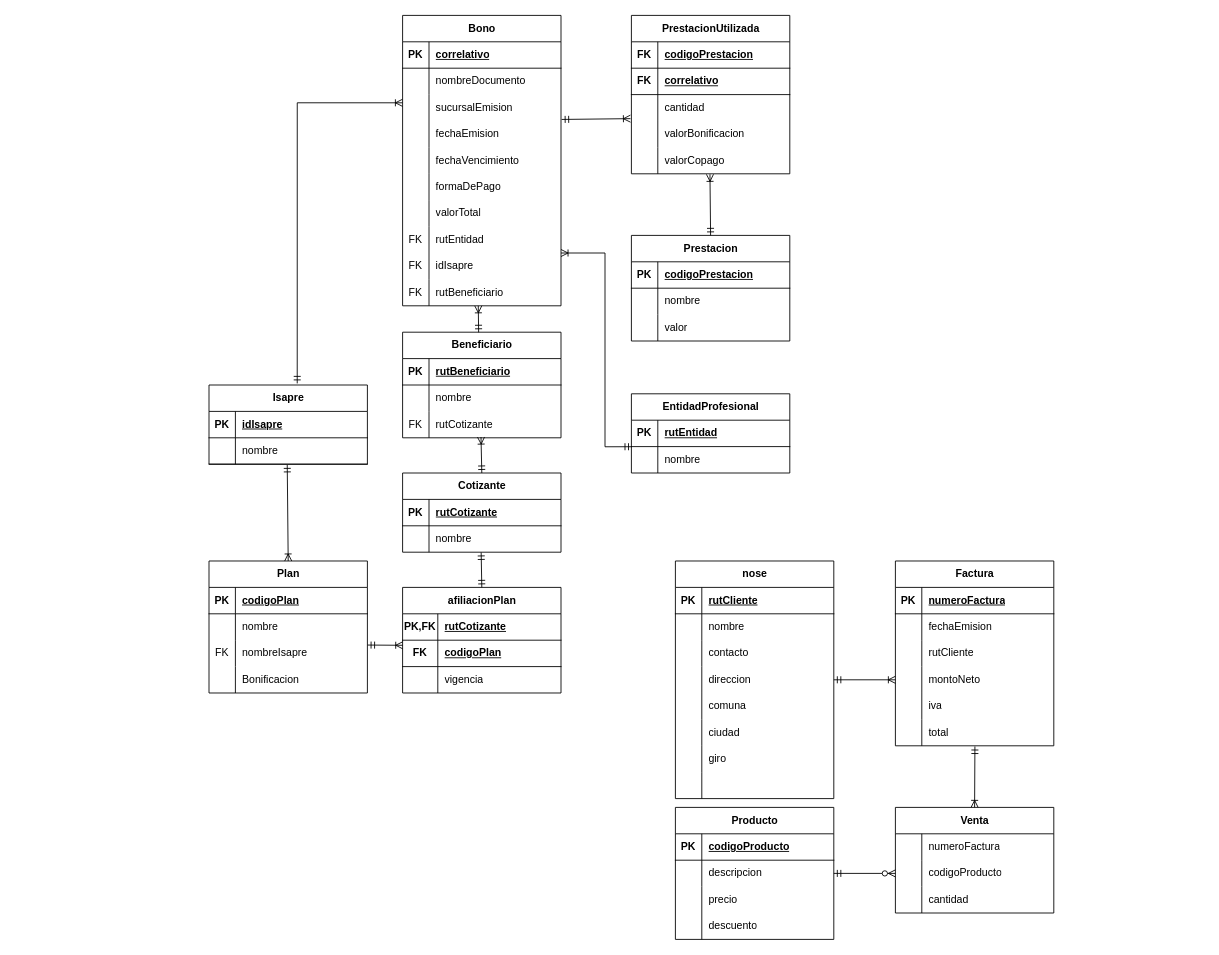
Before: tarea22.drawio in C-bastian-compila/diagrams.net, a draw.io diagram. Source tidied: cells renumbered, new cells numbered last; positions are measured from the earlier drawing's top-left corner, leaving out a move shared by most shapes. Both pictures are drawn from the tidied source at 88%, with x=0, y=0 at pixel (209, 15).
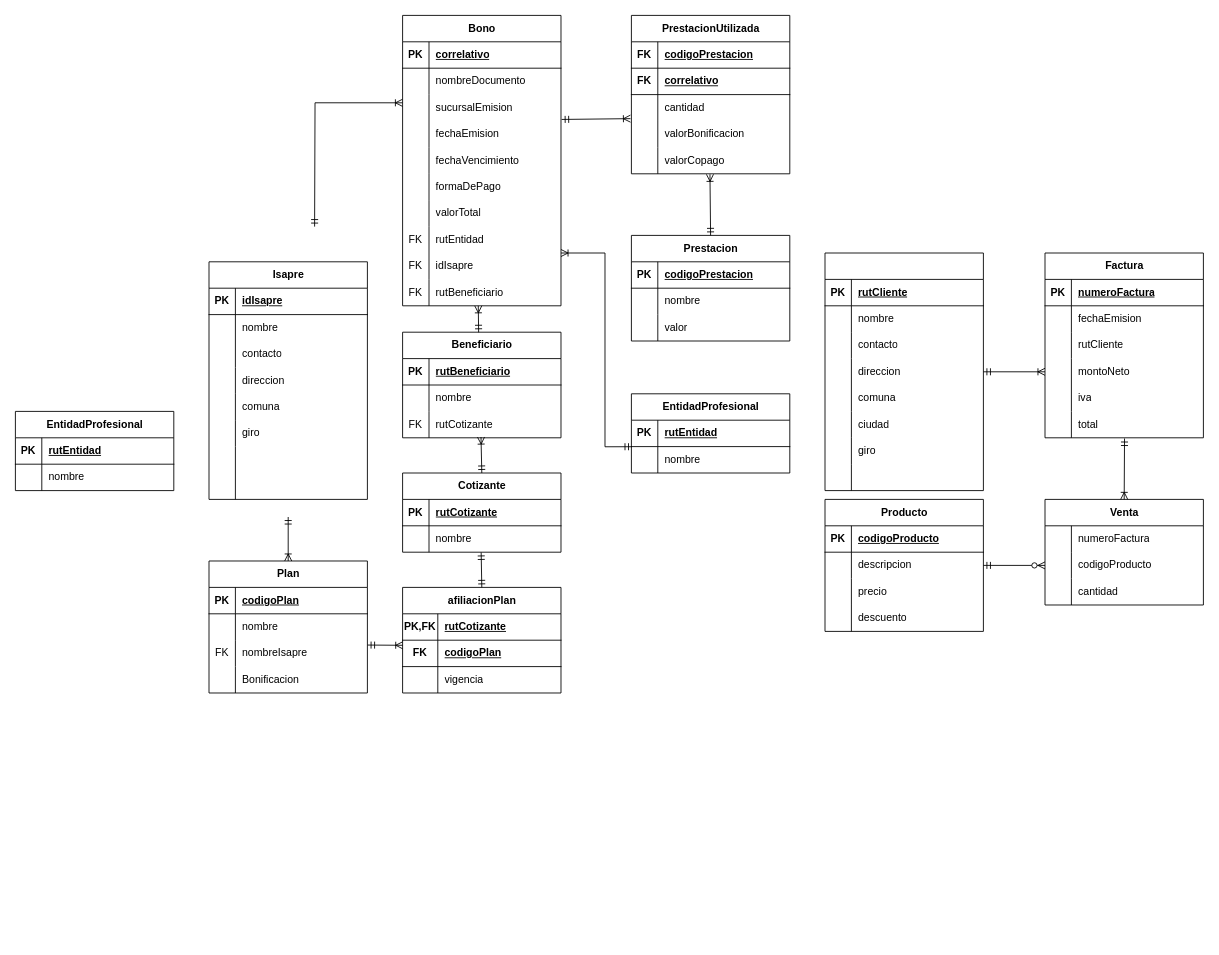
The same diagram, later.

The change refers to these unchanged cells:
```xml
<mxCell id="79" style="shape=tableRow;horizontal=0;startSize=0;swimlaneHead=0;swimlaneBody=0;fillColor=none;points=[[0,0.5],[1,0.5]];portConstraint=eastwest;top=0;left=0;right=0;bottom=0;" parent="72" vertex="1">
  <mxGeometry y="90" width="180" height="30" as="geometry" />
</mxCell>
<mxCell id="124" value="Plan" style="shape=table;startSize=30;childLayout=tableLayout;rowLines=0;fontStyle=1;align=center;html=1;" parent="1" vertex="1">
  <mxGeometry y="620" width="180" height="150" as="geometry" />
</mxCell>
```

What changed in the source:
```diff
@@
     <mxCell id="2" value="Venta" style="shape=table;startSize=30;childLayout=tableLayout;rowLines=0;fontStyle=1;align=center;html=1;" parent="1" vertex="1">
-      <mxGeometry x="780" y="900" width="180" height="120" as="geometry" />
+      <mxGeometry x="950" y="550" width="180" height="120" as="geometry" />
     </mxCell>
@@
     <mxCell id="12" value="Factura" style="shape=table;startSize=30;childLayout=tableLayout;rowLines=0;fontStyle=1;align=center;html=1;" parent="1" vertex="1">
-      <mxGeometry x="780" y="620" width="180" height="210" as="geometry" />
+      <mxGeometry x="950" y="270" width="180" height="210" as="geometry" />
     </mxCell>
@@
-    <mxCell id="31" value="nose" style="shape=table;startSize=30;childLayout=tableLayout;rowLines=0;fontStyle=1;align=center;html=1;" parent="1" vertex="1">
-      <mxGeometry x="530" y="620" width="180" height="270" as="geometry" />
+    <mxCell id="31" style="shape=table;startSize=30;childLayout=tableLayout;rowLines=0;fontStyle=1;align=center;html=1;" parent="1" vertex="1">
+      <mxGeometry x="700" y="270" width="180" height="270" as="geometry" />
     </mxCell>
@@
     <mxCell id="56" value="Producto" style="shape=table;startSize=30;childLayout=tableLayout;rowLines=0;fontStyle=1;align=center;html=1;" parent="1" vertex="1">
-      <mxGeometry x="530" y="900" width="180" height="150" as="geometry" />
+      <mxGeometry x="700" y="550" width="180" height="150" as="geometry" />
     </mxCell>
@@
-    <mxCell id="103" value="Isapre" style="shape=table;startSize=30;childLayout=tableLayout;rowLines=0;fontStyle=1;align=center;html=1;" parent="1" vertex="1">
-      <mxGeometry y="420" width="180" height="90" as="geometry" />
-    </mxCell>
-    <mxCell id="104" style="shape=tableRow;horizontal=0;startSize=0;swimlaneHead=0;swimlaneBody=0;fillColor=none;top=0;left=0;right=0;bottom=1;" parent="103" vertex="1">
-      <mxGeometry y="30" width="180" height="30" as="geometry" />
-    </mxCell>
-    <mxCell id="105" value="PK" style="shape=partialRectangle;fillColor=none;top=0;left=0;bottom=0;right=0;fontStyle=1;overflow=hidden;whiteSpace=wrap;html=1;" parent="104" vertex="1">
-      <mxGeometry width="30" height="30" as="geometry" />
-    </mxCell>
-    <mxCell id="106" value="idIsapre" style="shape=partialRectangle;fillColor=none;top=0;left=0;bottom=0;right=0;align=left;spacingLeft=6;fontStyle=5;overflow=hidden;whiteSpace=wrap;html=1;" parent="104" vertex="1">
-      <mxGeometry x="30" width="150" height="30" as="geometry" />
-    </mxCell>
-    <mxCell id="107" style="shape=tableRow;horizontal=0;startSize=0;swimlaneHead=0;swimlaneBody=0;fillColor=none;points=[[0,0.5],[1,0.5]];portConstraint=eastwest;top=0;left=0;right=0;bottom=1;" parent="103" vertex="1">
-      <mxGeometry y="60" width="180" height="30" as="geometry" />
-    </mxCell>
-    <mxCell id="108" style="shape=partialRectangle;fillColor=none;top=0;left=0;bottom=0;right=0;fontStyle=1;overflow=hidden;whiteSpace=wrap;html=1;" parent="107" vertex="1">
-      <mxGeometry width="30" height="30" as="geometry" />
-    </mxCell>
-    <mxCell id="109" value="&lt;span style=&quot;&quot;&gt;nombre&lt;/span&gt;" style="shape=partialRectangle;fillColor=none;top=0;left=0;bottom=0;right=0;align=left;spacingLeft=6;fontStyle=0;overflow=hidden;whiteSpace=wrap;html=1;" parent="107" vertex="1">
-      <mxGeometry x="30" width="150" height="30" as="geometry" />
-    </mxCell>
@@
-    <mxCell id="160" style="fontSize=12;html=1;endArrow=ERoneToMany;startArrow=ERmandOne;rounded=0;exitX=0.494;exitY=1.025;exitDx=0;exitDy=0;exitPerimeter=0;entryX=0.5;entryY=0;entryDx=0;entryDy=0;" parent="1" edge="1" source="107" target="124">
-      <mxGeometry relative="1" as="geometry" />
+    <mxCell id="160" style="fontSize=12;html=1;endArrow=ERoneToMany;startArrow=ERmandOne;rounded=0;entryX=0.5;entryY=0;entryDx=0;entryDy=0;" parent="1" edge="1" target="124">
+      <mxGeometry relative="1" as="geometry">
+        <mxPoint x="90" y="570" as="sourcePoint" />
+      </mxGeometry>
     </mxCell>
-    <mxCell id="161" style="fontSize=12;html=1;endArrow=ERoneToMany;startArrow=ERmandOne;rounded=0;entryX=-0.001;entryY=0.311;entryDx=0;entryDy=0;entryPerimeter=0;edgeStyle=orthogonalEdgeStyle;exitX=0.557;exitY=-0.02;exitDx=0;exitDy=0;exitPerimeter=0;" parent="1" edge="1" source="103" target="79">
-      <mxGeometry relative="1" as="geometry" />
+    <mxCell id="161" style="fontSize=12;html=1;endArrow=ERoneToMany;startArrow=ERmandOne;rounded=0;entryX=-0.001;entryY=0.311;entryDx=0;entryDy=0;entryPerimeter=0;edgeStyle=orthogonalEdgeStyle;" parent="1" edge="1" target="79">
+      <mxGeometry relative="1" as="geometry">
+        <mxPoint x="120" y="240" as="sourcePoint" />
+      </mxGeometry>
     </mxCell>
@@
+    <mxCell id="103" value="Isapre" style="shape=table;startSize=30;childLayout=tableLayout;rowLines=0;fontStyle=1;align=center;html=1;" parent="1" vertex="1">
+      <mxGeometry y="280" width="180" height="270" as="geometry" />
+    </mxCell>
+    <mxCell id="192" style="shape=tableRow;horizontal=0;startSize=0;swimlaneHead=0;swimlaneBody=0;fillColor=none;top=0;left=0;right=0;bottom=1;" parent="103" vertex="1">
+      <mxGeometry y="30" width="180" height="30" as="geometry" />
+    </mxCell>
+    <mxCell id="193" value="PK" style="shape=partialRectangle;fillColor=none;top=0;left=0;bottom=0;right=0;fontStyle=1;overflow=hidden;whiteSpace=wrap;html=1;" parent="192" vertex="1">
+      <mxGeometry width="30" height="30" as="geometry" />
+    </mxCell>
+    <mxCell id="106" value="idIsapre" style="shape=partialRectangle;fillColor=none;top=0;left=0;bottom=0;right=0;align=left;spacingLeft=6;fontStyle=5;overflow=hidden;whiteSpace=wrap;html=1;" parent="192" vertex="1">
+      <mxGeometry x="30" width="150" height="30" as="geometry" />
+    </mxCell>
+    <mxCell id="194" style="shape=tableRow;horizontal=0;startSize=0;swimlaneHead=0;swimlaneBody=0;fillColor=none;top=0;left=0;right=0;bottom=0;" parent="103" vertex="1">
+      <mxGeometry y="60" width="180" height="30" as="geometry" />
+    </mxCell>
+    <mxCell id="195" style="shape=partialRectangle;fillColor=none;top=0;left=0;bottom=0;right=0;overflow=hidden;whiteSpace=wrap;html=1;" parent="194" vertex="1">
+      <mxGeometry width="30" height="30" as="geometry" />
+    </mxCell>
+    <mxCell id="196" value="nombre" style="shape=partialRectangle;fillColor=none;top=0;left=0;bottom=0;right=0;align=left;spacingLeft=6;overflow=hidden;whiteSpace=wrap;html=1;" parent="194" vertex="1">
+      <mxGeometry x="30" width="150" height="30" as="geometry" />
+    </mxCell>
+    <mxCell id="197" style="shape=tableRow;horizontal=0;startSize=0;swimlaneHead=0;swimlaneBody=0;fillColor=none;top=0;left=0;right=0;bottom=0;" parent="103" vertex="1">
+      <mxGeometry y="90" width="180" height="30" as="geometry" />
+    </mxCell>
+    <mxCell id="198" style="shape=partialRectangle;fillColor=none;top=0;left=0;bottom=0;right=0;overflow=hidden;whiteSpace=wrap;html=1;" parent="197" vertex="1">
+      <mxGeometry width="30" height="30" as="geometry" />
+    </mxCell>
+    <mxCell id="199" value="contacto" style="shape=partialRectangle;fillColor=none;top=0;left=0;bottom=0;right=0;align=left;spacingLeft=6;overflow=hidden;whiteSpace=wrap;html=1;" parent="197" vertex="1">
+      <mxGeometry x="30" width="150" height="30" as="geometry" />
+    </mxCell>
+    <mxCell id="200" style="shape=tableRow;horizontal=0;startSize=0;swimlaneHead=0;swimlaneBody=0;fillColor=none;top=0;left=0;right=0;bottom=0;" parent="103" vertex="1">
+      <mxGeometry y="120" width="180" height="30" as="geometry" />
+    </mxCell>
+    <mxCell id="201" style="shape=partialRectangle;fillColor=none;top=0;left=0;bottom=0;right=0;overflow=hidden;whiteSpace=wrap;html=1;" parent="200" vertex="1">
+      <mxGeometry width="30" height="30" as="geometry" />
+    </mxCell>
+    <mxCell id="202" value="direccion" style="shape=partialRectangle;fillColor=none;top=0;left=0;bottom=0;right=0;align=left;spacingLeft=6;overflow=hidden;whiteSpace=wrap;html=1;" parent="200" vertex="1">
+      <mxGeometry x="30" width="150" height="30" as="geometry" />
+    </mxCell>
+    <mxCell id="203" style="shape=tableRow;horizontal=0;startSize=0;swimlaneHead=0;swimlaneBody=0;fillColor=none;top=0;left=0;right=0;bottom=0;" parent="103" vertex="1">
+      <mxGeometry y="150" width="180" height="30" as="geometry" />
+    </mxCell>
+    <mxCell id="204" style="shape=partialRectangle;fillColor=none;top=0;left=0;bottom=0;right=0;overflow=hidden;whiteSpace=wrap;html=1;" parent="203" vertex="1">
+      <mxGeometry width="30" height="30" as="geometry" />
+    </mxCell>
+    <mxCell id="205" value="comuna" style="shape=partialRectangle;fillColor=none;top=0;left=0;bottom=0;right=0;align=left;spacingLeft=6;overflow=hidden;whiteSpace=wrap;html=1;" parent="203" vertex="1">
+      <mxGeometry x="30" width="150" height="30" as="geometry" />
+    </mxCell>
+    <mxCell id="206" style="shape=tableRow;horizontal=0;startSize=0;swimlaneHead=0;swimlaneBody=0;fillColor=none;top=0;left=0;right=0;bottom=0;" parent="103" vertex="1">
+      <mxGeometry y="180" width="180" height="30" as="geometry" />
+    </mxCell>
+    <mxCell id="207" style="shape=partialRectangle;fillColor=none;top=0;left=0;bottom=0;right=0;overflow=hidden;whiteSpace=wrap;html=1;" parent="206" vertex="1">
+      <mxGeometry width="30" height="30" as="geometry" />
+    </mxCell>
+    <mxCell id="208" value="giro" style="shape=partialRectangle;fillColor=none;top=0;left=0;bottom=0;right=0;align=left;spacingLeft=6;overflow=hidden;whiteSpace=wrap;html=1;" parent="206" vertex="1">
+      <mxGeometry x="30" width="150" height="30" as="geometry" />
+    </mxCell>
+    <mxCell id="209" style="shape=tableRow;horizontal=0;startSize=0;swimlaneHead=0;swimlaneBody=0;fillColor=none;top=0;left=0;right=0;bottom=0;" parent="103" vertex="1">
+      <mxGeometry y="210" width="180" height="30" as="geometry" />
+    </mxCell>
+    <mxCell id="210" style="shape=partialRectangle;fillColor=none;top=0;left=0;bottom=0;right=0;overflow=hidden;whiteSpace=wrap;html=1;" parent="209" vertex="1">
+      <mxGeometry width="30" height="30" as="geometry" />
+    </mxCell>
+    <mxCell id="211" style="shape=partialRectangle;fillColor=none;top=0;left=0;bottom=0;right=0;align=left;spacingLeft=6;overflow=hidden;whiteSpace=wrap;html=1;" parent="209" vertex="1">
+      <mxGeometry x="30" width="150" height="30" as="geometry" />
+    </mxCell>
+    <mxCell id="212" style="shape=tableRow;horizontal=0;startSize=0;swimlaneHead=0;swimlaneBody=0;fillColor=none;top=0;left=0;right=0;bottom=0;" parent="103" vertex="1">
+      <mxGeometry y="240" width="180" height="30" as="geometry" />
+    </mxCell>
+    <mxCell id="213" style="shape=partialRectangle;fillColor=none;top=0;left=0;bottom=0;right=0;overflow=hidden;whiteSpace=wrap;html=1;" parent="212" vertex="1">
+      <mxGeometry width="30" height="30" as="geometry" />
+    </mxCell>
+    <mxCell id="214" style="shape=partialRectangle;fillColor=none;top=0;left=0;bottom=0;right=0;align=left;spacingLeft=6;overflow=hidden;whiteSpace=wrap;html=1;" parent="212" vertex="1">
+      <mxGeometry x="30" width="150" height="30" as="geometry" />
+    </mxCell>
+    <mxCell id="215" value="EntidadProfesional" style="shape=table;startSize=30;childLayout=tableLayout;rowLines=0;fontStyle=1;align=center;html=1;" parent="1" vertex="1">
+      <mxGeometry x="-220" y="450" width="180" height="90" as="geometry" />
+    </mxCell>
+    <mxCell id="216" style="shape=tableRow;horizontal=0;startSize=0;swimlaneHead=0;swimlaneBody=0;fillColor=none;top=0;left=0;right=0;bottom=1;" parent="215" vertex="1">
+      <mxGeometry y="30" width="180" height="30" as="geometry" />
+    </mxCell>
+    <mxCell id="217" value="PK" style="shape=partialRectangle;fillColor=none;top=0;left=0;bottom=0;right=0;fontStyle=1;overflow=hidden;whiteSpace=wrap;html=1;" parent="216" vertex="1">
+      <mxGeometry width="30" height="30" as="geometry" />
+    </mxCell>
+    <mxCell id="218" value="rutEntidad" style="shape=partialRectangle;fillColor=none;top=0;left=0;bottom=0;right=0;align=left;spacingLeft=6;fontStyle=5;overflow=hidden;whiteSpace=wrap;html=1;" parent="216" vertex="1">
+      <mxGeometry x="30" width="150" height="30" as="geometry" />
+    </mxCell>
+    <mxCell id="219" style="shape=tableRow;horizontal=0;startSize=0;swimlaneHead=0;swimlaneBody=0;fillColor=none;top=0;left=0;right=0;bottom=0;" parent="215" vertex="1">
+      <mxGeometry y="60" width="180" height="30" as="geometry" />
+    </mxCell>
+    <mxCell id="220" style="shape=partialRectangle;fillColor=none;top=0;left=0;bottom=0;right=0;overflow=hidden;whiteSpace=wrap;html=1;" parent="219" vertex="1">
+      <mxGeometry width="30" height="30" as="geometry" />
+    </mxCell>
+    <mxCell id="221" value="nombre" style="shape=partialRectangle;fillColor=none;top=0;left=0;bottom=0;right=0;align=left;spacingLeft=6;overflow=hidden;whiteSpace=wrap;html=1;" parent="219" vertex="1">
+      <mxGeometry x="30" width="150" height="30" as="geometry" />
+    </mxCell>
```
